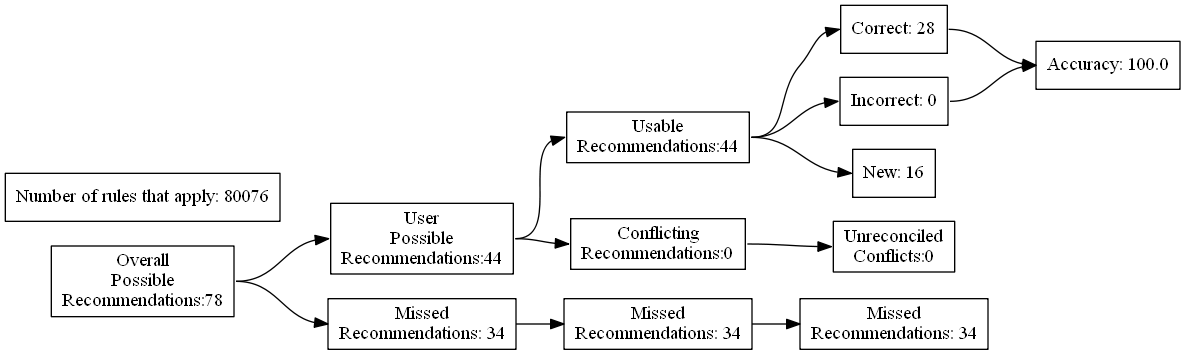
This is test_renders/40.gv.png from ZaxR/ibd_diet_analysis, a Graphviz export, as it was before one commit. Its source is kept beside it as test_renders/40.gv.
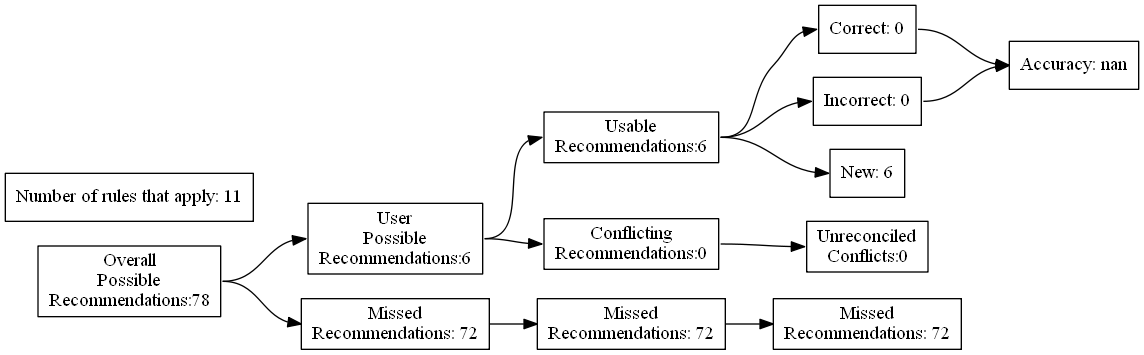
After the change.

The edit, as a diff of the source:
```diff
@@ -7,24 +7,24 @@
 Recommendations:78"]
 		B [label="User
 Possible
-Recommendations:44"]
+Recommendations:6"]
 		C [label="Missed
-Recommendations: 34"]
+Recommendations: 72"]
 		D [label="Usable
-Recommendations:44"]
+Recommendations:6"]
 		E [label="Conflicting
 Recommendations:0"]
 		J [label="Missed
-Recommendations: 34"]
+Recommendations: 72"]
 		M [label="Unreconciled
 Conflicts:0"]
-		F [label="Correct: 28"]
+		F [label="Correct: 0"]
 		G [label="Incorrect: 0"]
-		H [label="New: 16"]
+		H [label="New: 6"]
 		K [label="Missed
-Recommendations: 34"]
-		I [label="Accuracy: 100.0"]
-		l [label="Number of rules that apply: 80076"]
+Recommendations: 72"]
+		I [label="Accuracy: nan"]
+		l [label="Number of rules that apply: 11"]
 			A -> B
 			A -> C
 			B -> D
```
